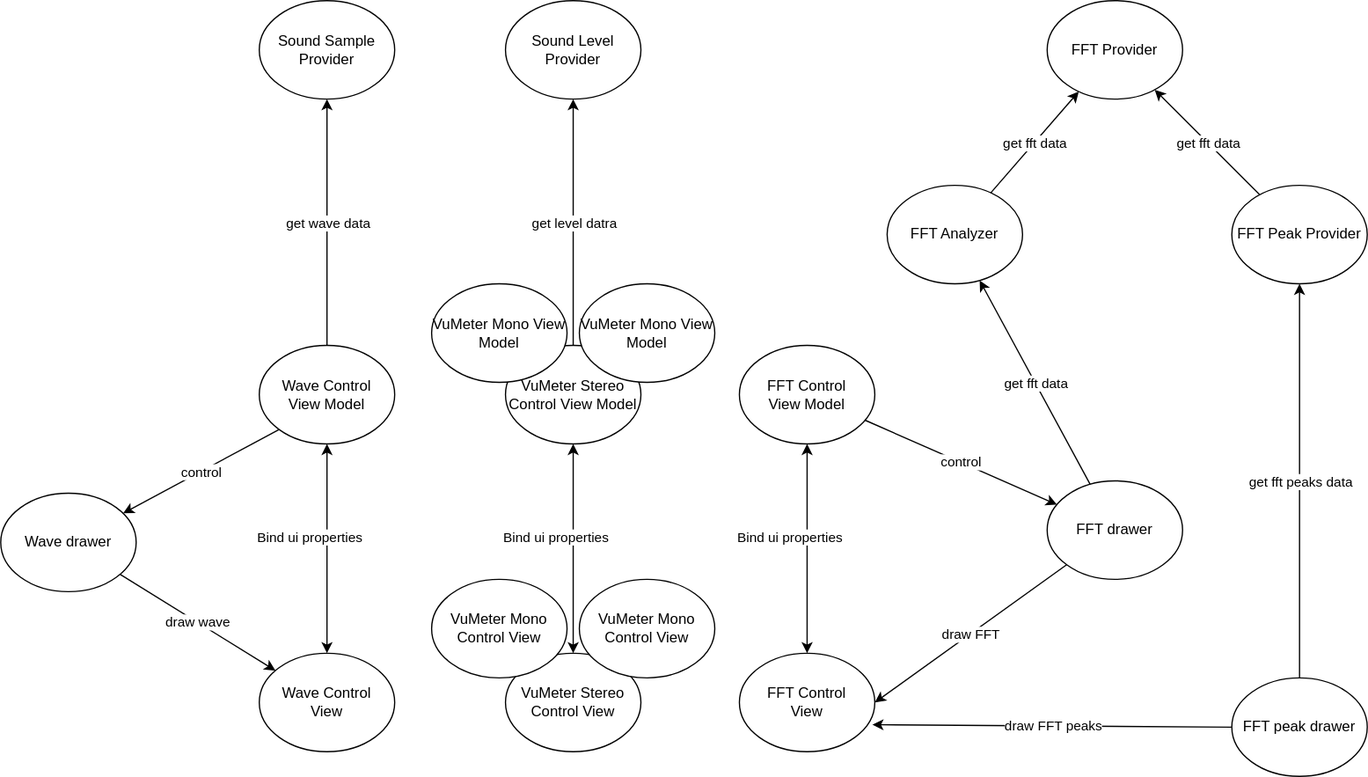
Before: Doc/Untitled Diagram.drawio.svg, a diagram exported from draw.io (franck-gaspoz/WindowsAudioSessionSample). Source tidied: cells renumbered, new cells last; positions are measured from the earlier drawing's top-left corner, leaving out a move shared by most shapes.
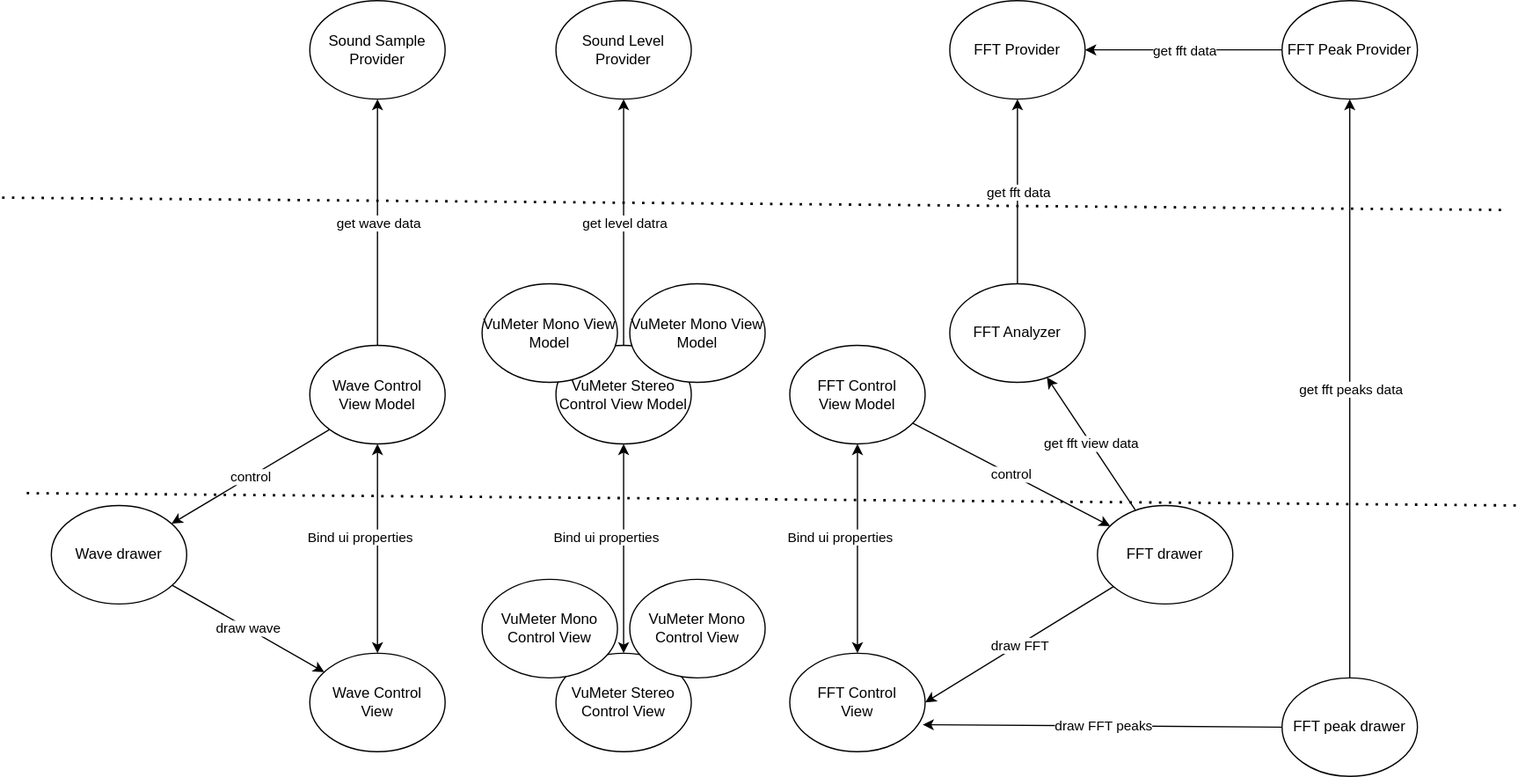
Above is the later version.

What changed in the source:
```diff
@@ -3,10 +3,10 @@
     <mxCell id="0" />
     <mxCell id="1" parent="0" />
     <mxCell id="2" value="FFT Provider&lt;br&gt;" style="ellipse;whiteSpace=wrap;html=1;" parent="1" vertex="1">
-      <mxGeometry x="850" width="110" height="80" as="geometry" />
+      <mxGeometry x="730" width="110" height="80" as="geometry" />
     </mxCell>
     <mxCell id="3" value="FFT drawer" style="ellipse;whiteSpace=wrap;html=1;" parent="1" vertex="1">
-      <mxGeometry x="850" y="390" width="110" height="80" as="geometry" />
+      <mxGeometry x="850" y="410" width="110" height="80" as="geometry" />
     </mxCell>
     <mxCell id="4" value="FFT Control &lt;br&gt;View Model" style="ellipse;whiteSpace=wrap;html=1;" parent="1" vertex="1">
       <mxGeometry x="600" y="280" width="110" height="80" as="geometry" />
@@ -14,7 +14,7 @@
     <mxCell id="5" style="endArrow=classic;html=1;rounded=0;" parent="1" edge="1" source="3" target="14">
       <mxGeometry relative="1" as="geometry" />
     </mxCell>
-    <mxCell id="6" value="get fft data" style="edgeLabel;html=1;align=center;verticalAlign=middle;" parent="5" vertex="1">
+    <mxCell id="6" value="get fft view data" style="edgeLabel;html=1;align=center;verticalAlign=middle;" parent="5" vertex="1">
       <mxGeometry relative="1" as="geometry" />
     </mxCell>
     <mxCell id="7" value="FFT Control &lt;br&gt;View" style="ellipse;whiteSpace=wrap;html=1;" parent="1" vertex="1">
@@ -41,7 +41,7 @@
       <mxGeometry relative="1" as="geometry" />
     </mxCell>
     <mxCell id="14" value="FFT Analyzer" style="ellipse;whiteSpace=wrap;html=1;" parent="1" vertex="1">
-      <mxGeometry x="720" y="150" width="110" height="80" as="geometry" />
+      <mxGeometry x="730" y="230" width="110" height="80" as="geometry" />
     </mxCell>
     <mxCell id="15" style="endArrow=classic;html=1;rounded=0;" parent="1" edge="1" source="14" target="2">
       <mxGeometry relative="1" as="geometry" />
@@ -49,9 +49,6 @@
     <mxCell id="16" value="get fft data" style="edgeLabel;html=1;align=center;verticalAlign=middle;" parent="15" vertex="1">
       <mxGeometry relative="1" as="geometry" />
     </mxCell>
-    <mxCell id="17" value="FFT Peak Provider" style="ellipse;whiteSpace=wrap;html=1;" parent="1" vertex="1">
-      <mxGeometry x="1000" y="150" width="110" height="80" as="geometry" />
-    </mxCell>
     <mxCell id="18" style="endArrow=classic;html=1;rounded=0;" parent="1" edge="1" source="17" target="2">
       <mxGeometry relative="1" as="geometry" />
     </mxCell>
@@ -83,7 +80,7 @@
       <mxGeometry x="210" y="530" width="110" height="80" as="geometry" />
     </mxCell>
     <mxCell id="28" value="Wave drawer" style="ellipse;whiteSpace=wrap;html=1;" parent="1" vertex="1">
-      <mxGeometry y="400" width="110" height="80" as="geometry" />
+      <mxGeometry y="410" width="110" height="80" as="geometry" />
     </mxCell>
     <mxCell id="29" style="endArrow=classic;html=1;rounded=0;" parent="1" edge="1" source="28" target="27">
       <mxGeometry relative="1" as="geometry" />
@@ -148,5 +145,20 @@
     <mxCell id="47" value="VuMeter Mono View Model" style="ellipse;whiteSpace=wrap;html=1;" parent="1" vertex="1">
       <mxGeometry x="470" y="230" width="110" height="80" as="geometry" />
     </mxCell>
+    <mxCell id="48" style="endArrow=none;dashed=1;html=1;dashPattern=1 3;strokeWidth=2;rounded=0;" parent="1" edge="1">
+      <mxGeometry relative="1" as="geometry">
+        <mxPoint x="-20" y="400" as="sourcePoint" />
+        <mxPoint x="1190" y="410" as="targetPoint" />
+      </mxGeometry>
+    </mxCell>
+    <mxCell id="17" value="FFT Peak Provider" style="ellipse;whiteSpace=wrap;html=1;" parent="1" vertex="1">
+      <mxGeometry x="1000" width="110" height="80" as="geometry" />
+    </mxCell>
+    <mxCell id="49" style="endArrow=none;dashed=1;html=1;dashPattern=1 3;strokeWidth=2;rounded=0;" parent="1" edge="1">
+      <mxGeometry relative="1" as="geometry">
+        <mxPoint x="-40" y="160" as="sourcePoint" />
+        <mxPoint x="1180" y="170" as="targetPoint" />
+      </mxGeometry>
+    </mxCell>
   </root>
 </mxGraphModel>
```
